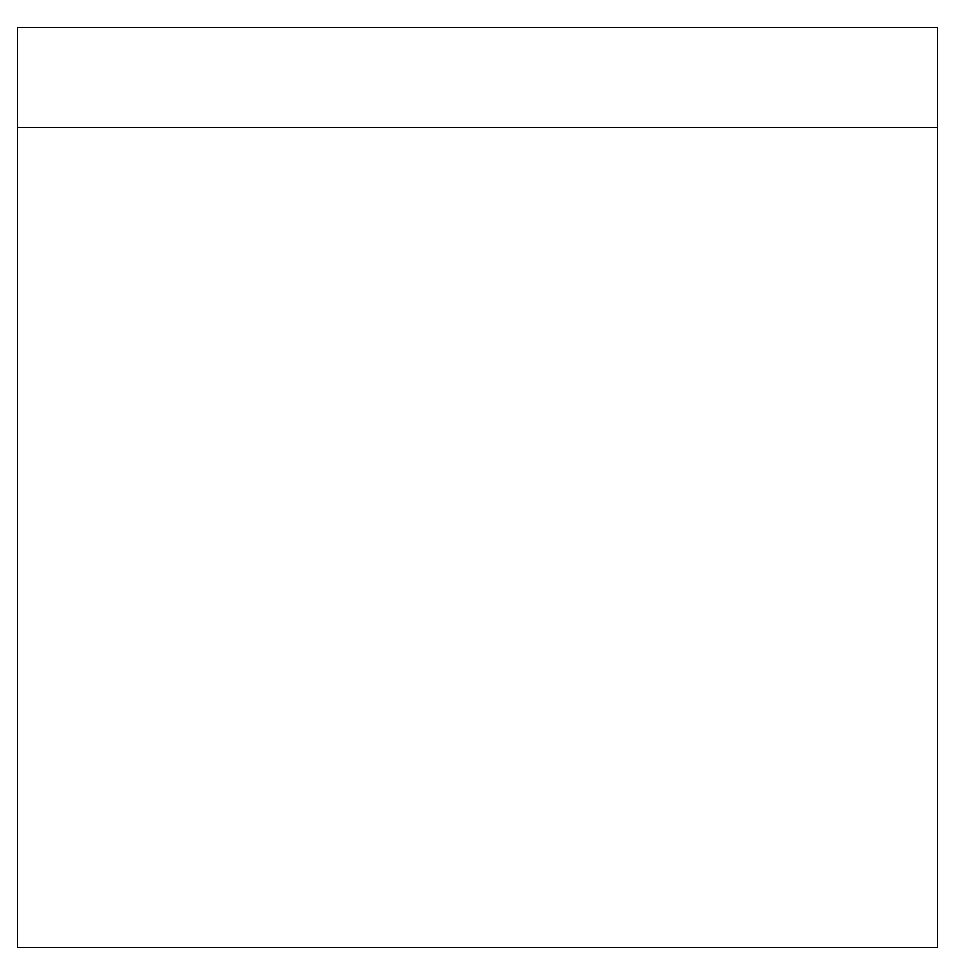
This is Untitled Diagram.drawio from AlfredNedohon0317/FIREARMS-DATABASE-API-, a draw.io file, before an edit. Source tidied: cells renumbered, new cells numbered last; positions are measured from the earlier drawing's top-left corner, leaving out a move shared by most shapes. Both pictures are drawn from the tidied source at 100%, with x=0, y=0 at pixel (17, 27).
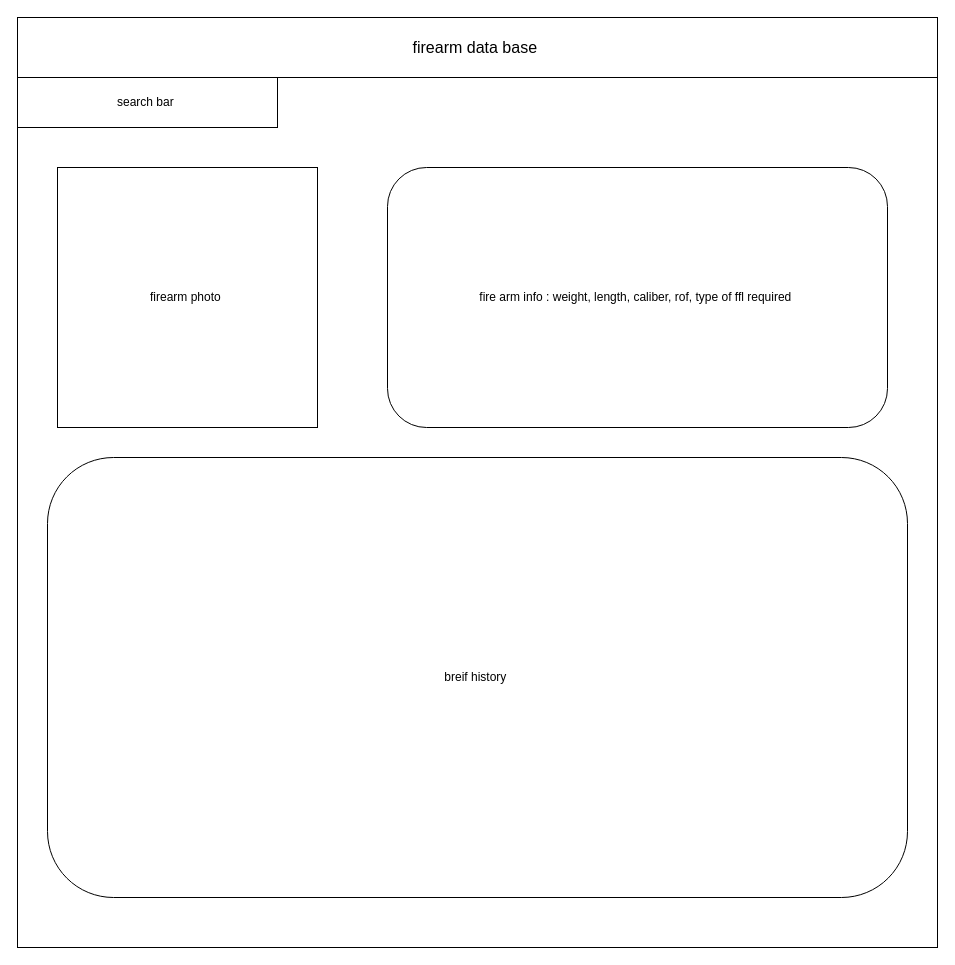
After the change.

The edit, as a diff of the source:
```diff
@@
 <mxGraphModel>
   <root>
     <mxCell id="0" />
     <mxCell id="1" parent="0" />
     <mxCell id="2" style="whiteSpace=wrap;html=1;" parent="1" vertex="1">
       <mxGeometry width="920" height="920" as="geometry" />
     </mxCell>
-    <mxCell id="3" style="rounded=0;whiteSpace=wrap;html=1;" parent="1" vertex="1">
-      <mxGeometry width="920" height="100" as="geometry" />
+    <mxCell id="3" value="&lt;font size=&quot;3&quot;&gt;firearm data base&amp;nbsp;&lt;/font&gt;" style="rounded=0;whiteSpace=wrap;html=1;" parent="1" vertex="1">
+      <mxGeometry y="-10" width="920" height="60" as="geometry" />
     </mxCell>
+    <mxCell id="4" value="firearm photo&amp;nbsp;" style="whiteSpace=wrap;html=1;" parent="1" vertex="1">
+      <mxGeometry x="40" y="140" width="260" height="260" as="geometry" />
+    </mxCell>
+    <mxCell id="5" value="breif history&amp;nbsp;" style="rounded=1;whiteSpace=wrap;html=1;" parent="1" vertex="1">
+      <mxGeometry x="30" y="430" width="860" height="440" as="geometry" />
+    </mxCell>
+    <mxCell id="6" value="fire arm info : weight, length, caliber, rof, type of ffl required&amp;nbsp;" style="rounded=1;whiteSpace=wrap;html=1;" parent="1" vertex="1">
+      <mxGeometry x="370" y="140" width="500" height="260" as="geometry" />
+    </mxCell>
+    <mxCell id="7" value="search bar&amp;nbsp;" style="rounded=0;whiteSpace=wrap;html=1;" parent="1" vertex="1">
+      <mxGeometry y="50" width="260" height="50" as="geometry" />
+    </mxCell>
   </root>
 </mxGraphModel>
```
